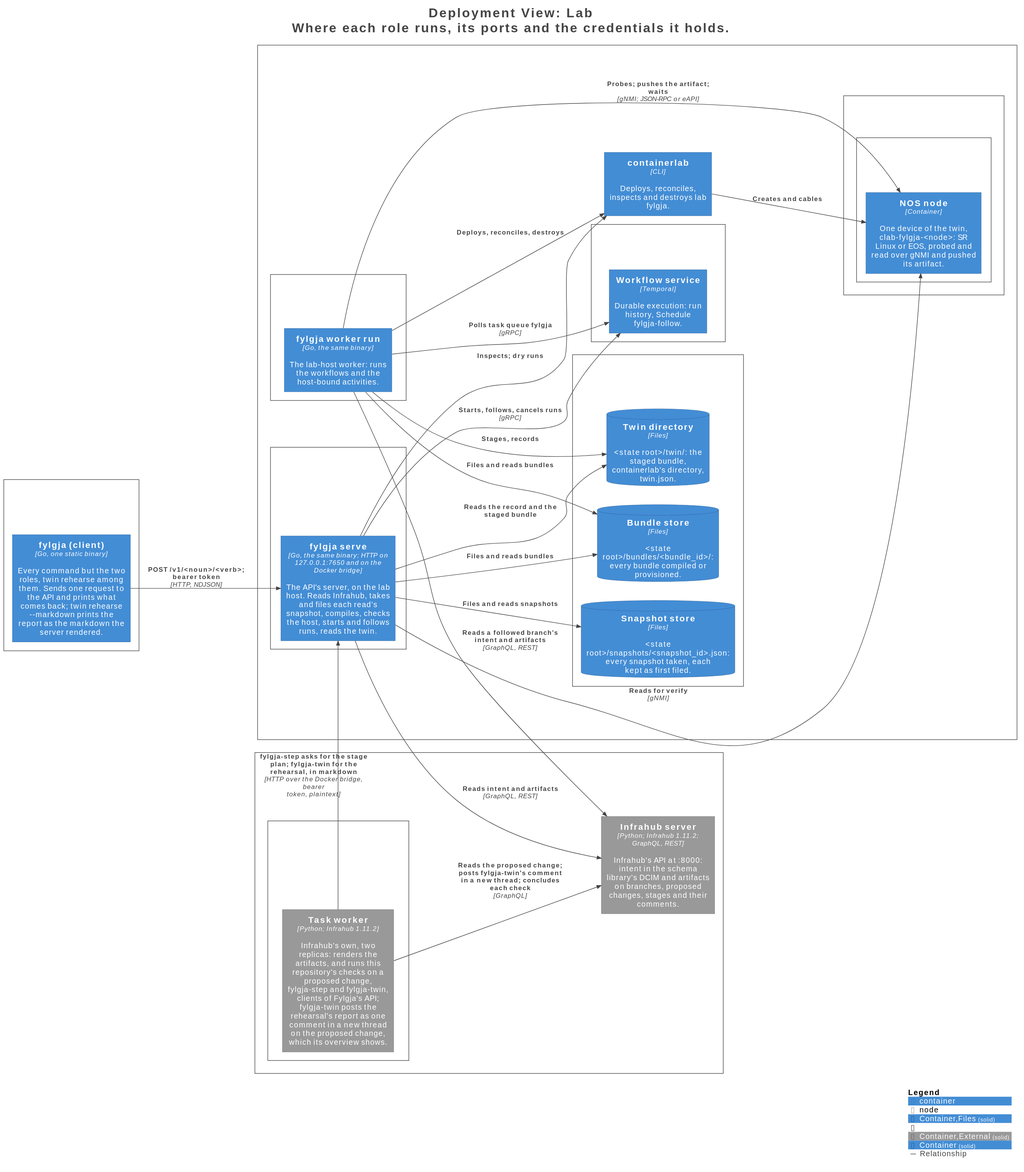
Before: docs/c4/structurizr-Deployment.svg, a diagram exported from PlantUML (happypathnetworking/fylgja).
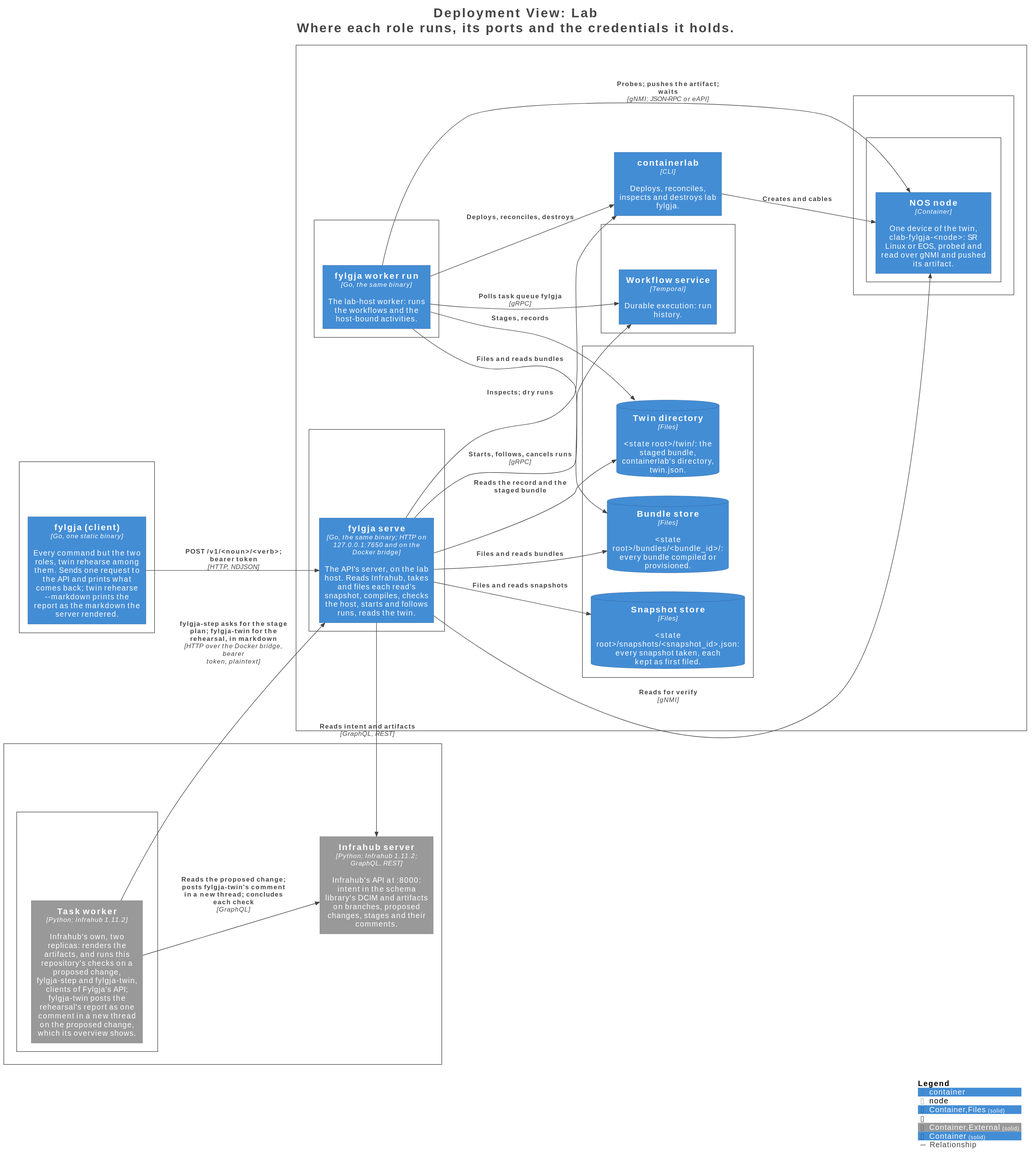
Later version of the same file.

Commit message:
docs(c4): the worker runs four workflows and reads no source of truth

The edit, as a diff of the source:
```diff
@@ -32,12 +32,12 @@
     Container(Lab.Labhost.fylgjaserve.fylgjaserve_1, "fylgja serve", $techn="Go, the same binary; HTTP on 127.0.0.1:7650 and on the Docker bridge", $descr="The API's server, on the lab host. Reads Infrahub, takes and files each read's snapshot, compiles, checks the host, starts and follows runs, reads the twin.", $tags="Container", $link="")
   }
 
-  Deployment_Node(Lab.Labhost.fylgjaworkerrun, "fylgja worker run", $type="process", $descr="INFRAHUB_API_TOKEN, both node logins; no API token", $tags="Element", $link="") {
+  Deployment_Node(Lab.Labhost.fylgjaworkerrun, "fylgja worker run", $type="process", $descr="both node logins; no API token", $tags="Element", $link="") {
     Container(Lab.Labhost.fylgjaworkerrun.fylgjaworkerrun_1, "fylgja worker run", $techn="Go, the same binary", $descr="The lab-host worker: runs the workflows and the host-bound activities.", $tags="Container", $link="")
   }
 
   Deployment_Node(Lab.Labhost.temporalserverstartdev, "temporal server start-dev", $type="process", $descr=":7233; UI :8233", $tags="Element", $link="") {
-    Container(Lab.Labhost.temporalserverstartdev.Workflowservice_1, "Workflow service", $techn="Temporal", $descr="Durable execution: run history, Schedule fylgja-follow.", $tags="Container", $link="")
+    Container(Lab.Labhost.temporalserverstartdev.Workflowservice_1, "Workflow service", $techn="Temporal", $descr="Durable execution: run history.", $tags="Container", $link="")
   }
 
   Deployment_Node(Lab.Labhost.Stateroot, "State root", $type="directory", $descr="FYLGJA_STATE_ROOT: bundles/, snapshots/, twin/", $tags="Element", $link="") {
@@ -78,7 +78,6 @@
 Rel(Lab.Labhost.fylgjaworkerrun.fylgjaworkerrun_1, Lab.Labhost.Docker.Labfylgja.NOSnode_1, "Probes; pushes the artifact; waits", $techn="gNMI; JSON-RPC or eAPI", $tags="Relationship", $link="")
 Rel(Lab.Labhost.containerlab_1, Lab.Labhost.Docker.Labfylgja.NOSnode_1, "Creates and cables", $techn="", $tags="Relationship", $link="")
 Rel(Lab.Labhost.fylgjaserve.fylgjaserve_1, Lab.Infrahubhost.Infrahubserver_1, "Reads intent and artifacts", $techn="GraphQL, REST", $tags="Relationship", $link="")
-Rel(Lab.Labhost.fylgjaworkerrun.fylgjaworkerrun_1, Lab.Infrahubhost.Infrahubserver_1, "Reads a followed branch's intent and artifacts", $techn="GraphQL, REST", $tags="Relationship", $link="")
 Rel(Lab.Infrahubhost.taskworker.Taskworker_1, Lab.Labhost.fylgjaserve.fylgjaserve_1, "fylgja-step asks for the stage plan; fylgja-twin for the rehearsal, in markdown", $techn="HTTP over the Docker bridge, bearer token, plaintext", $tags="Relationship", $link="")
 Rel(Lab.Infrahubhost.taskworker.Taskworker_1, Lab.Infrahubhost.Infrahubserver_1, "Reads the proposed change; posts fylgja-twin's comment in a new thread; concludes each check", $techn="GraphQL", $tags="Relationship", $link="")
 
```
